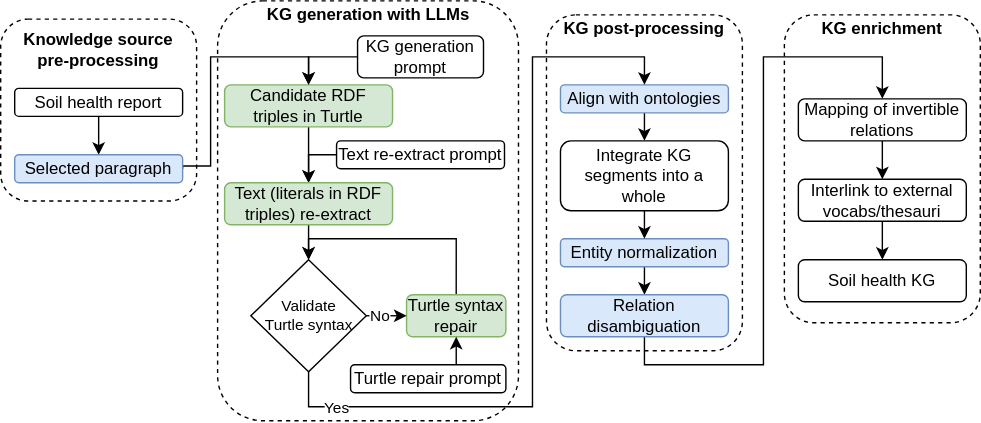
Above: imgs/text2KG.svg in soilwise-he/soil-health-knowledge-graph (draw.io), before the change. Source tidied: cells renumbered, new cells last; positions are measured from the earlier drawing's top-left corner, leaving out a move shared by most shapes.
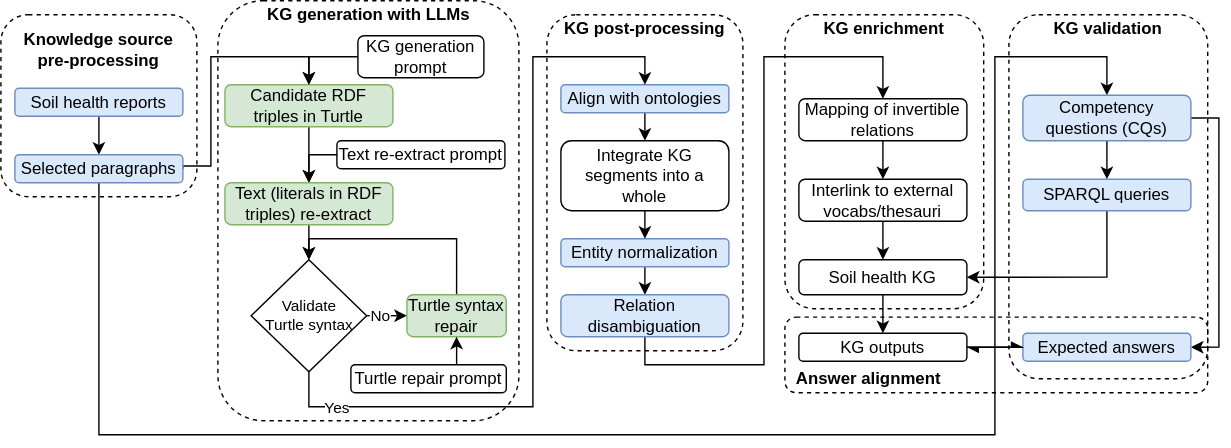
Later version of the same file.

Change to the diagram source:
```diff
@@ -5,7 +5,7 @@
     <mxCell id="2" style="edgeStyle=orthogonalEdgeStyle;rounded=0;jettySize=auto;html=1;exitX=0.5;exitY=1;exitDx=0;exitDy=0;entryX=0.5;entryY=0;entryDx=0;entryDy=0;" parent="1" edge="1" source="3" target="20">
       <mxGeometry relative="1" as="geometry" />
     </mxCell>
-    <mxCell id="3" value="Soil health report" style="rounded=1;whiteSpace=wrap;html=1;" parent="1" vertex="1">
+    <mxCell id="3" value="Soil health reports" style="rounded=1;whiteSpace=wrap;html=1;fillColor=#dae8fc;strokeColor=#6c8ebf;" parent="1" vertex="1">
       <mxGeometry x="10" y="62.5" width="120" height="20" as="geometry" />
     </mxCell>
     <mxCell id="4" style="edgeStyle=orthogonalEdgeStyle;rounded=0;jettySize=auto;html=1;exitX=0.5;exitY=1;exitDx=0;exitDy=0;entryX=0.5;entryY=0;entryDx=0;entryDy=0;" parent="1" edge="1" source="5" target="18">
@@ -67,11 +67,24 @@
         </Array>
       </mxGeometry>
     </mxCell>
+    <mxCell id="44" style="edgeStyle=orthogonalEdgeStyle;rounded=0;jettySize=auto;html=1;exitX=0.5;exitY=1;exitDx=0;exitDy=0;entryX=0.5;entryY=0;entryDx=0;entryDy=0;" parent="1" edge="1" source="20" target="48">
+      <mxGeometry relative="1" as="geometry">
+        <Array as="points">
+          <mxPoint x="70" y="310" />
+          <mxPoint x="710" y="310" />
+          <mxPoint x="710" y="40" />
+          <mxPoint x="790" y="40" />
+        </Array>
+      </mxGeometry>
+    </mxCell>
-    <mxCell id="20" value="Selected paragraph" style="rounded=1;whiteSpace=wrap;html=1;fillColor=#dae8fc;strokeColor=#6c8ebf;" parent="1" vertex="1">
+    <mxCell id="20" value="Selected paragraphs" style="rounded=1;whiteSpace=wrap;html=1;fillColor=#dae8fc;strokeColor=#6c8ebf;" parent="1" vertex="1">
       <mxGeometry x="10" y="110" width="120" height="20" as="geometry" />
     </mxCell>
+    <mxCell id="45" style="edgeStyle=orthogonalEdgeStyle;rounded=0;jettySize=auto;html=1;exitX=0.5;exitY=1;exitDx=0;exitDy=0;entryX=0.5;entryY=0;entryDx=0;entryDy=0;" parent="1" edge="1" source="21" target="56">
+      <mxGeometry relative="1" as="geometry" />
+    </mxCell>
     <mxCell id="21" value="Soil health KG" style="rounded=1;whiteSpace=wrap;html=1;" parent="1" vertex="1">
-      <mxGeometry x="570" y="185" width="120" height="30" as="geometry" />
+      <mxGeometry x="570" y="185" width="120" height="25" as="geometry" />
     </mxCell>
     <mxCell id="22" style="edgeStyle=orthogonalEdgeStyle;rounded=0;jettySize=auto;html=1;exitX=0.5;exitY=1;exitDx=0;exitDy=0;entryX=0.5;entryY=0;entryDx=0;entryDy=0;" parent="1" edge="1" source="23" target="26">
       <mxGeometry relative="1" as="geometry" />
@@ -96,13 +109,13 @@
       <mxGeometry x="400" y="210" width="120" height="30" as="geometry" />
     </mxCell>
     <mxCell id="27" style="rounded=1;whiteSpace=wrap;html=1;fillColor=none;dashed=1;" parent="1" vertex="1">
-      <mxGeometry y="13" width="140" height="130" as="geometry" />
+      <mxGeometry y="10" width="140" height="130" as="geometry" />
     </mxCell>
     <mxCell id="28" style="rounded=1;whiteSpace=wrap;html=1;fillColor=none;dashed=1;" parent="1" vertex="1">
       <mxGeometry x="390" y="10" width="140" height="240" as="geometry" />
     </mxCell>
     <mxCell id="29" style="rounded=1;whiteSpace=wrap;html=1;fillColor=none;dashed=1;" parent="1" vertex="1">
-      <mxGeometry x="560" y="10" width="140" height="220" as="geometry" />
+      <mxGeometry x="560" y="10" width="142" height="210" as="geometry" />
     </mxCell>
     <mxCell id="30" value="&lt;b&gt;Knowledge source pre-processing&lt;/b&gt;" style="text;html=1;align=center;verticalAlign=middle;whiteSpace=wrap;rounded=0;" parent="1" vertex="1">
       <mxGeometry x="10" y="25" width="120" height="20" as="geometry" />
@@ -114,7 +127,7 @@
       <mxGeometry x="400" y="10" width="120" height="20" as="geometry" />
     </mxCell>
     <mxCell id="33" value="&lt;b&gt;KG enrichment&lt;/b&gt;" style="text;html=1;align=center;verticalAlign=middle;whiteSpace=wrap;rounded=0;" parent="1" vertex="1">
-      <mxGeometry x="570" y="10" width="120" height="20" as="geometry" />
+      <mxGeometry x="571" y="10" width="120" height="20" as="geometry" />
     </mxCell>
     <mxCell id="34" style="edgeStyle=orthogonalEdgeStyle;rounded=0;jettySize=auto;html=1;exitX=0.5;exitY=1;exitDx=0;exitDy=0;entryX=0.5;entryY=0;entryDx=0;entryDy=0;" parent="1" edge="1" source="35" target="23">
       <mxGeometry relative="1" as="geometry" />
@@ -157,5 +170,44 @@
     <mxCell id="43" value="Turtle repair prompt" style="rounded=1;whiteSpace=wrap;html=1;" parent="1" vertex="1">
       <mxGeometry x="250" y="260" width="111" height="20" as="geometry" />
     </mxCell>
+    <mxCell id="46" style="edgeStyle=orthogonalEdgeStyle;rounded=0;jettySize=auto;html=1;exitX=0.5;exitY=1;exitDx=0;exitDy=0;entryX=0.5;entryY=0;entryDx=0;entryDy=0;" parent="1" edge="1" source="48" target="51">
+      <mxGeometry relative="1" as="geometry" />
+    </mxCell>
+    <mxCell id="47" style="edgeStyle=orthogonalEdgeStyle;rounded=0;jettySize=auto;html=1;exitX=1;exitY=0.5;exitDx=0;exitDy=0;entryX=1;entryY=0.5;entryDx=0;entryDy=0;" parent="1" edge="1" source="48" target="53">
+      <mxGeometry relative="1" as="geometry" />
+    </mxCell>
+    <mxCell id="48" value=" Competency questions (CQs)" style="rounded=1;whiteSpace=wrap;html=1;fillColor=#dae8fc;strokeColor=#6c8ebf;" parent="1" vertex="1">
+      <mxGeometry x="730" y="67.5" width="120" height="32.5" as="geometry" />
+    </mxCell>
+    <mxCell id="49" value="&lt;b&gt;Answer alignment&lt;/b&gt;" style="text;html=1;align=center;verticalAlign=middle;whiteSpace=wrap;rounded=0;" parent="1" vertex="1">
+      <mxGeometry x="560" y="260" width="120" height="20" as="geometry" />
+    </mxCell>
+    <mxCell id="50" style="edgeStyle=orthogonalEdgeStyle;rounded=0;jettySize=auto;html=1;exitX=0.5;exitY=1;exitDx=0;exitDy=0;entryX=1;entryY=0.5;entryDx=0;entryDy=0;" parent="1" edge="1" source="51" target="21">
+      <mxGeometry relative="1" as="geometry" />
+    </mxCell>
+    <mxCell id="51" value=" SPARQL queries" style="rounded=1;whiteSpace=wrap;html=1;fillColor=#dae8fc;strokeColor=#6c8ebf;" parent="1" vertex="1">
+      <mxGeometry x="730" y="127.5" width="120" height="22.5" as="geometry" />
+    </mxCell>
+    <mxCell id="52" style="edgeStyle=orthogonalEdgeStyle;rounded=0;jettySize=auto;html=1;exitX=0;exitY=0.5;exitDx=0;exitDy=0;entryX=1;entryY=0.5;entryDx=0;entryDy=0;endArrow=async;endFill=1;" parent="1" edge="1" source="53" target="56">
+      <mxGeometry relative="1" as="geometry" />
+    </mxCell>
+    <mxCell id="53" value="Expected answers" style="rounded=1;whiteSpace=wrap;html=1;fillColor=#dae8fc;strokeColor=#6c8ebf;" parent="1" vertex="1">
+      <mxGeometry x="730" y="237.5" width="120" height="20" as="geometry" />
+    </mxCell>
+    <mxCell id="54" style="rounded=1;whiteSpace=wrap;html=1;fillColor=none;dashed=1;" parent="1" vertex="1">
+      <mxGeometry x="720" y="10" width="142" height="260" as="geometry" />
+    </mxCell>
+    <mxCell id="55" style="edgeStyle=orthogonalEdgeStyle;rounded=0;jettySize=auto;html=1;exitX=1;exitY=0.5;exitDx=0;exitDy=0;entryX=0;entryY=0.5;entryDx=0;entryDy=0;endArrow=async;endFill=1;" parent="1" edge="1" source="56" target="53">
+      <mxGeometry relative="1" as="geometry" />
+    </mxCell>
+    <mxCell id="56" value="KG outputs" style="rounded=1;whiteSpace=wrap;html=1;" parent="1" vertex="1">
+      <mxGeometry x="570" y="237.5" width="120" height="20" as="geometry" />
+    </mxCell>
+    <mxCell id="57" style="rounded=1;whiteSpace=wrap;html=1;fillColor=none;dashed=1;" parent="1" vertex="1">
+      <mxGeometry x="560" y="226" width="302" height="54" as="geometry" />
+    </mxCell>
+    <mxCell id="58" value="&lt;b&gt;KG validation&lt;/b&gt;" style="text;html=1;align=center;verticalAlign=middle;whiteSpace=wrap;rounded=0;" parent="1" vertex="1">
+      <mxGeometry x="731" y="10" width="120" height="20" as="geometry" />
+    </mxCell>
   </root>
 </mxGraphModel>
```
